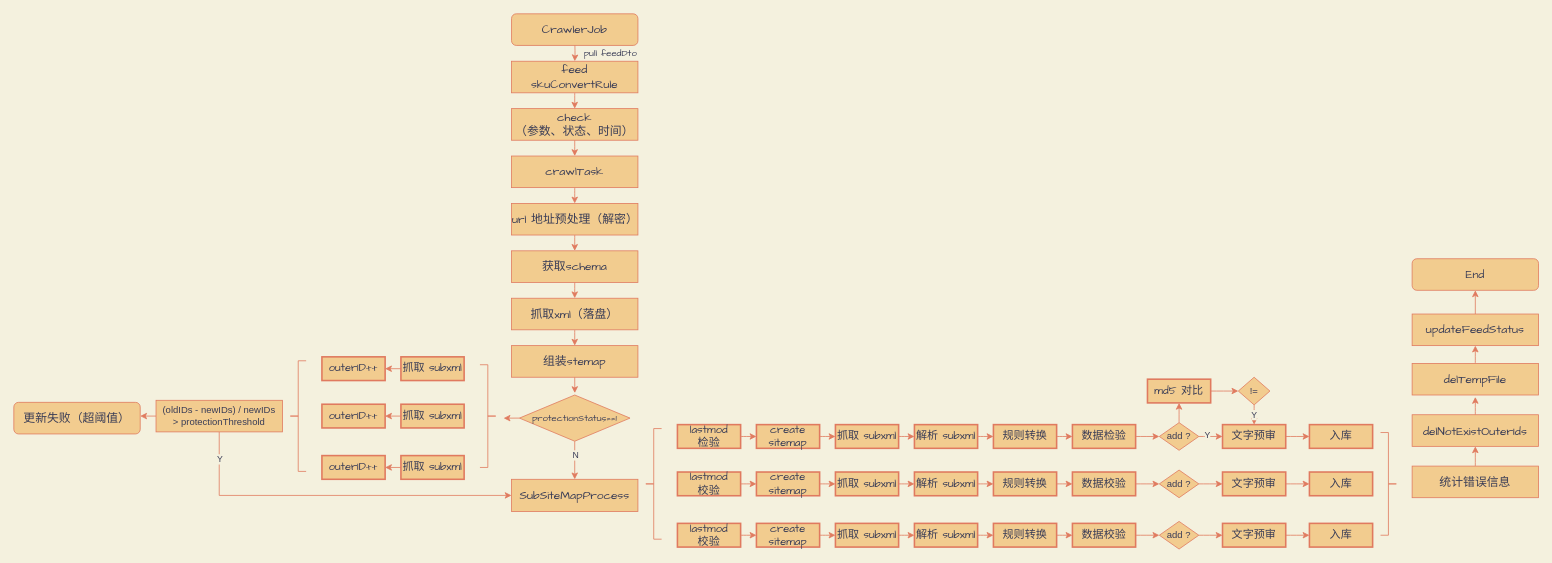
Earlier version of the draw.io diagram page "第 8 页" (8 of 8) of draw.io/dpa.drawio (Jstarfish/picBed). Source tidied: cells renumbered, new cells numbered last; positions are measured from the earlier drawing's top-left corner, leaving out a move shared by most shapes. Both pictures are drawn from the tidied source at 79%, with x=0, y=0 at pixel (13, 13).
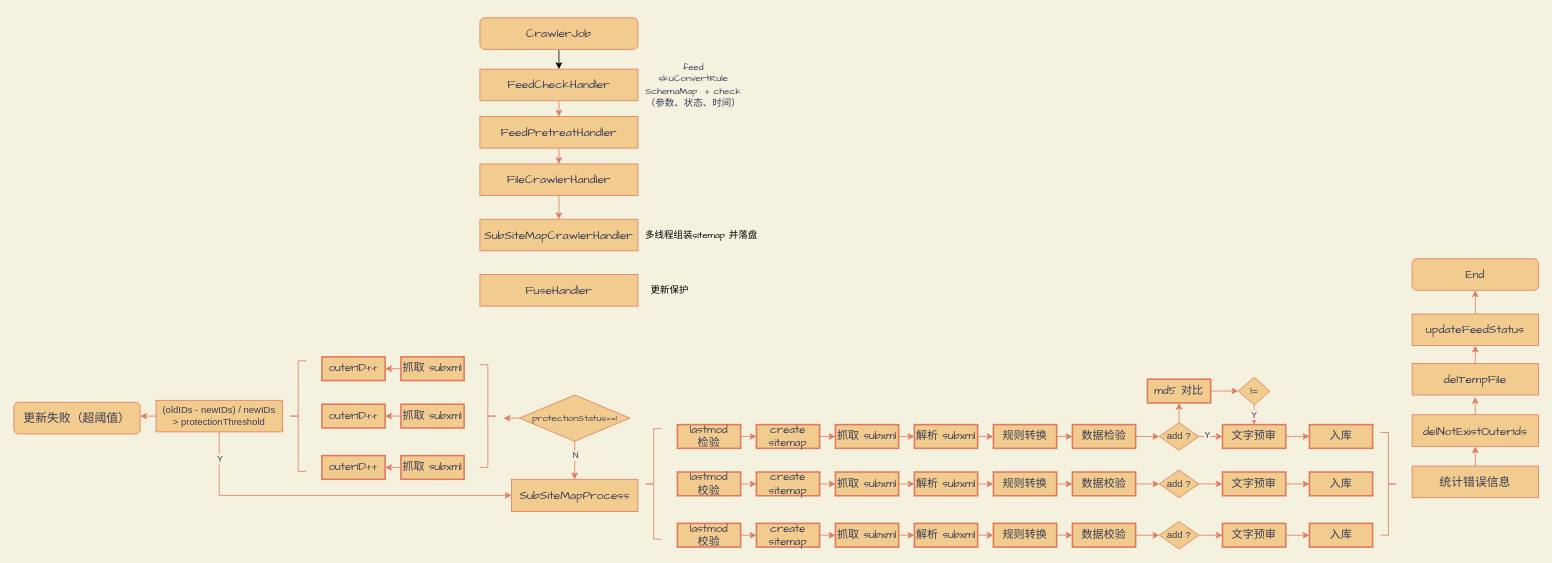
The same diagram, later.

Change to the diagram source:
```diff
@@
-    <mxCell id="2" style="edgeStyle=orthogonalEdgeStyle;jettySize=auto;html=1;exitX=0.5;exitY=1;exitDx=0;exitDy=0;strokeColor=#E07A5F;fontColor=#393C56;curved=1;labelBackgroundColor=#F4F1DE;" parent="1" edge="1" target="4">
-      <mxGeometry relative="1" as="geometry">
-        <mxPoint x="710" y="30" as="sourcePoint" />
-      </mxGeometry>
-    </mxCell>
@@
-    <mxCell id="4" value="&lt;font face=&quot;comic sans ms&quot;&gt;&lt;span style=&quot;font-size: 15px&quot;&gt;feed&lt;br&gt;&lt;/span&gt;&lt;/font&gt;&lt;span style=&quot;font-family: &amp;#34;comic sans ms&amp;#34; ; font-size: 15px&quot;&gt;skuConvertRule&lt;/span&gt;&lt;font face=&quot;comic sans ms&quot;&gt;&lt;span style=&quot;font-size: 15px&quot;&gt;&lt;br&gt;&lt;/span&gt;&lt;/font&gt;" style="whiteSpace=wrap;html=1;fillColor=#F2CC8F;strokeColor=#E07A5F;fontColor=#393C56;" parent="1" vertex="1">
-      <mxGeometry x="630" y="60" width="160" height="40" as="geometry" />
+    <mxCell id="4" value="&lt;font face=&quot;comic sans ms&quot;&gt;&lt;span style=&quot;font-size: 15px&quot;&gt;FeedCheckHandler&lt;br&gt;&lt;/span&gt;&lt;/font&gt;" style="whiteSpace=wrap;html=1;fillColor=#F2CC8F;strokeColor=#E07A5F;fontColor=#393C56;" parent="1" vertex="1">
+      <mxGeometry x="590" y="70" width="200" height="40" as="geometry" />
     </mxCell>
-    <mxCell id="5" value="&lt;font face=&quot;Comic Sans MS&quot;&gt;pull feedDto&lt;/font&gt;" style="text;html=1;align=center;verticalAlign=middle;strokeColor=none;fontColor=#393C56;" parent="1" vertex="1">
-      <mxGeometry x="710" y="40" width="90" height="20" as="geometry" />
-    </mxCell>
@@
-    <mxCell id="7" value="&lt;font style=&quot;font-size: 15px&quot; face=&quot;Comic Sans MS&quot;&gt;crawlTask&lt;/font&gt;" style="whiteSpace=wrap;html=1;fillColor=#F2CC8F;strokeColor=#E07A5F;fontColor=#393C56;" parent="1" vertex="1">
-      <mxGeometry x="630" y="180" width="160" height="40" as="geometry" />
+    <mxCell id="7" value="&lt;font style=&quot;font-size: 15px&quot; face=&quot;Comic Sans MS&quot;&gt;FileCrawlerHandler&lt;/font&gt;" style="whiteSpace=wrap;html=1;fillColor=#F2CC8F;strokeColor=#E07A5F;fontColor=#393C56;" parent="1" vertex="1">
+      <mxGeometry x="590" y="190" width="200" height="40" as="geometry" />
     </mxCell>
@@
-    <mxCell id="9" value="&lt;font style=&quot;font-size: 15px&quot; face=&quot;Comic Sans MS&quot;&gt;check&lt;br&gt;（参数、状态、时间）&lt;/font&gt;" style="whiteSpace=wrap;html=1;fillColor=#F2CC8F;strokeColor=#E07A5F;fontColor=#393C56;" parent="1" vertex="1">
-      <mxGeometry x="630" y="120" width="160" height="40" as="geometry" />
+    <mxCell id="9" value="&lt;font style=&quot;font-size: 15px&quot; face=&quot;Comic Sans MS&quot;&gt;FeedPretreatHandler&lt;/font&gt;" style="whiteSpace=wrap;html=1;fillColor=#F2CC8F;strokeColor=#E07A5F;fontColor=#393C56;" parent="1" vertex="1">
+      <mxGeometry x="590" y="130" width="200" height="40" as="geometry" />
     </mxCell>
-    <mxCell id="10" style="edgeStyle=orthogonalEdgeStyle;jettySize=auto;html=1;exitX=0.5;exitY=1;exitDx=0;exitDy=0;entryX=0.5;entryY=0;entryDx=0;entryDy=0;strokeColor=#E07A5F;fontColor=#393C56;curved=1;labelBackgroundColor=#F4F1DE;" parent="1" edge="1" source="11" target="13">
-      <mxGeometry relative="1" as="geometry" />
-    </mxCell>
-    <mxCell id="11" value="&lt;font face=&quot;Comic Sans MS&quot;&gt;&lt;span style=&quot;font-size: 15px&quot;&gt;url 地址预处理（解密）&lt;/span&gt;&lt;/font&gt;" style="whiteSpace=wrap;html=1;fillColor=#F2CC8F;strokeColor=#E07A5F;fontColor=#393C56;" parent="1" vertex="1">
-      <mxGeometry x="630" y="240" width="160" height="40" as="geometry" />
+    <mxCell id="11" value="&lt;font face=&quot;Comic Sans MS&quot;&gt;&lt;span style=&quot;font-size: 15px&quot;&gt;SubSiteMapCrawlerHandler&lt;/span&gt;&lt;/font&gt;" style="whiteSpace=wrap;html=1;fillColor=#F2CC8F;strokeColor=#E07A5F;fontColor=#393C56;" parent="1" vertex="1">
+      <mxGeometry x="590" y="260" width="200" height="40" as="geometry" />
     </mxCell>
-    <mxCell id="12" style="edgeStyle=orthogonalEdgeStyle;jettySize=auto;html=1;exitX=0.5;exitY=1;exitDx=0;exitDy=0;entryX=0.5;entryY=0;entryDx=0;entryDy=0;strokeColor=#E07A5F;fontColor=#393C56;curved=1;labelBackgroundColor=#F4F1DE;" parent="1" edge="1" source="13" target="15">
-      <mxGeometry relative="1" as="geometry" />
-    </mxCell>
-    <mxCell id="13" value="&lt;font face=&quot;Comic Sans MS&quot;&gt;&lt;span style=&quot;font-size: 15px&quot;&gt;获取schema&lt;/span&gt;&lt;/font&gt;" style="whiteSpace=wrap;html=1;fillColor=#F2CC8F;strokeColor=#E07A5F;fontColor=#393C56;" parent="1" vertex="1">
-      <mxGeometry x="630" y="300" width="160" height="40" as="geometry" />
-    </mxCell>
-    <mxCell id="14" style="edgeStyle=orthogonalEdgeStyle;jettySize=auto;html=1;exitX=0.5;exitY=1;exitDx=0;exitDy=0;entryX=0.5;entryY=0;entryDx=0;entryDy=0;strokeColor=#E07A5F;fontColor=#393C56;curved=1;labelBackgroundColor=#F4F1DE;" parent="1" edge="1" source="15" target="17">
-      <mxGeometry relative="1" as="geometry" />
-    </mxCell>
-    <mxCell id="15" value="&lt;font face=&quot;Comic Sans MS&quot;&gt;&lt;span style=&quot;font-size: 15px&quot;&gt;抓取xml（落盘）&lt;/span&gt;&lt;/font&gt;" style="whiteSpace=wrap;html=1;fillColor=#F2CC8F;strokeColor=#E07A5F;fontColor=#393C56;" parent="1" vertex="1">
-      <mxGeometry x="630" y="360" width="160" height="40" as="geometry" />
+    <mxCell id="15" value="&lt;font face=&quot;Comic Sans MS&quot;&gt;&lt;span style=&quot;font-size: 15px&quot;&gt;FuseHandler&lt;/span&gt;&lt;/font&gt;" style="whiteSpace=wrap;html=1;fillColor=#F2CC8F;strokeColor=#E07A5F;fontColor=#393C56;" parent="1" vertex="1">
+      <mxGeometry x="590" y="330" width="200" height="40" as="geometry" />
     </mxCell>
-    <mxCell id="16" style="edgeStyle=orthogonalEdgeStyle;rounded=0;jettySize=auto;html=1;exitX=0.5;exitY=1;exitDx=0;exitDy=0;labelBackgroundColor=#F4F1DE;strokeColor=#E07A5F;fontColor=#393C56;" parent="1" edge="1" source="17">
-      <mxGeometry relative="1" as="geometry">
-        <mxPoint x="710.1" y="480" as="targetPoint" />
-      </mxGeometry>
-    </mxCell>
-    <mxCell id="17" value="&lt;font face=&quot;Comic Sans MS&quot;&gt;&lt;span style=&quot;font-size: 15px&quot;&gt;组装stemap&lt;/span&gt;&lt;/font&gt;" style="whiteSpace=wrap;html=1;fillColor=#F2CC8F;strokeColor=#E07A5F;fontColor=#393C56;" parent="1" vertex="1">
-      <mxGeometry x="630" y="420" width="160" height="40" as="geometry" />
-    </mxCell>
@@
+    <mxCell id="108" style="edgeStyle=orthogonalEdgeStyle;rounded=0;jettySize=auto;html=1;exitX=0.5;exitY=1;exitDx=0;exitDy=0;entryX=0.5;entryY=0;entryDx=0;entryDy=0;" parent="1" edge="1" source="106" target="4">
+      <mxGeometry relative="1" as="geometry" />
+    </mxCell>
     <mxCell id="106" value="&lt;span style=&quot;color: rgb(57 , 60 , 86) ; font-family: &amp;#34;comic sans ms&amp;#34; ; font-size: 15px&quot;&gt;CrawlerJob&lt;/span&gt;" style="rounded=1;whiteSpace=wrap;html=1;fillColor=#F2CC8F;strokeColor=#E07A5F;fontColor=#393C56;" parent="1" vertex="1">
-      <mxGeometry x="630" width="160" height="40" as="geometry" />
+      <mxGeometry x="590" y="5" width="200" height="40" as="geometry" />
     </mxCell>
@@
+    <mxCell id="109" value="&lt;font style=&quot;font-size: 12px&quot;&gt;&lt;font face=&quot;comic sans ms&quot; style=&quot;color: rgb(57 , 60 , 86) ; font-size: 12px&quot;&gt;feed&lt;br&gt;&lt;/font&gt;&lt;span style=&quot;color: rgb(57 , 60 , 86) ; font-family: &amp;#34;comic sans ms&amp;#34;&quot;&gt;skuConvertRule&lt;br&gt;&lt;/span&gt;&lt;font face=&quot;comic sans ms&quot; style=&quot;color: rgb(57 , 60 , 86) ; font-size: 12px&quot;&gt;SchemaMap&amp;nbsp; +&amp;nbsp;&lt;/font&gt;&lt;span style=&quot;color: rgb(57 , 60 , 86) ; font-family: &amp;#34;comic sans ms&amp;#34;&quot;&gt;check&lt;/span&gt;&lt;br style=&quot;color: rgb(57 , 60 , 86) ; font-family: &amp;#34;comic sans ms&amp;#34;&quot;&gt;&lt;span style=&quot;color: rgb(57 , 60 , 86) ; font-family: &amp;#34;comic sans ms&amp;#34;&quot;&gt;（参数、状态、时间）&lt;/span&gt;&lt;/font&gt;" style="text;html=1;align=center;verticalAlign=middle;strokeColor=none;" parent="1" vertex="1">
+      <mxGeometry x="790" y="55" width="140" height="70" as="geometry" />
+    </mxCell>
+    <mxCell id="110" value="&lt;font face=&quot;Comic Sans MS&quot;&gt;多线程组装sitemap 并落盘&lt;br&gt;&lt;/font&gt;" style="text;html=1;align=center;verticalAlign=middle;strokeColor=none;" parent="1" vertex="1">
+      <mxGeometry x="790" y="270" width="160" height="20" as="geometry" />
+    </mxCell>
+    <mxCell id="111" value="更新保护" style="text;html=1;align=center;verticalAlign=middle;strokeColor=none;" parent="1" vertex="1">
+      <mxGeometry x="800" y="340" width="60" height="20" as="geometry" />
+    </mxCell>
```
